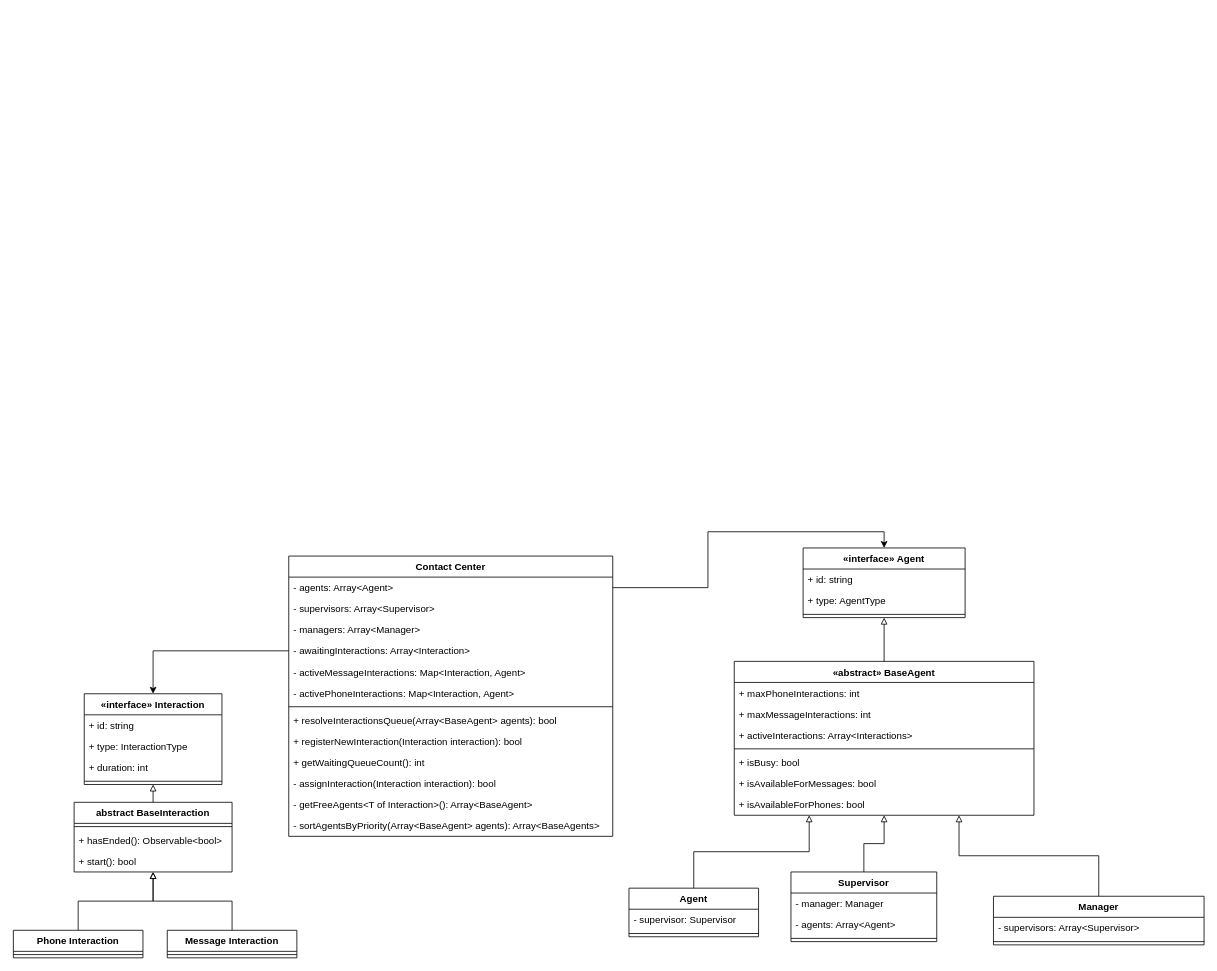
Earlier version of the draw.io diagram page "Classes" (1 of 2) of Vonage-Challenge.drawio (dvelluto/vonage-challenge). Source tidied: cells renumbered, new cells numbered last; positions are measured from the earlier drawing's top-left corner, leaving out a move shared by most shapes. Both pictures are drawn from the tidied source at 81%, with x=0, y=0 at pixel (13, 548).
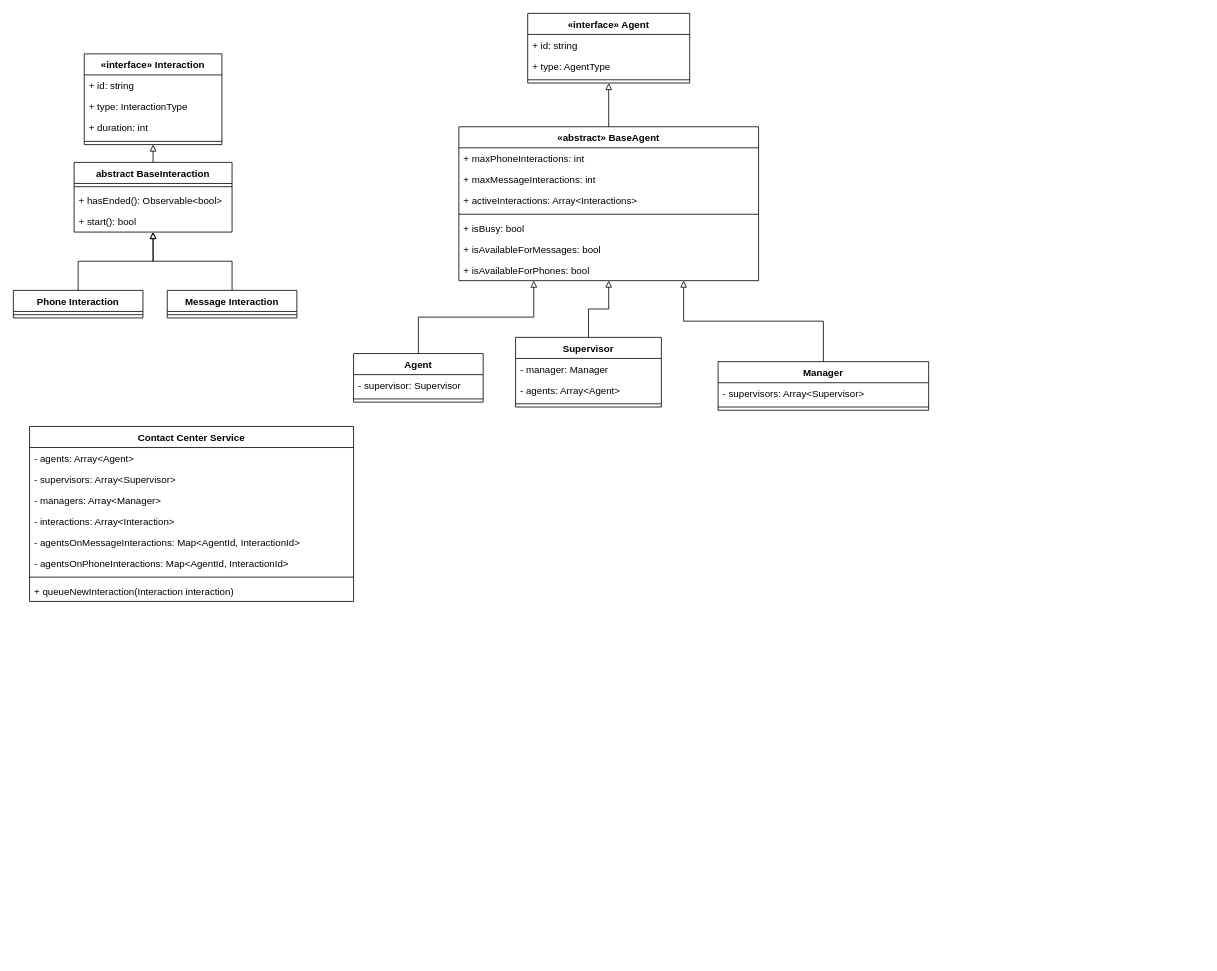
The same page after the edit.

Commit message:
#10 : update diagrams with contact center and flow of operation

Unchanged cells that the change refers to:
```xml
<mxCell id="36" value="- agents: Array&lt;Agent&gt;" style="text;strokeColor=none;fillColor=none;align=left;verticalAlign=top;spacingLeft=4;spacingRight=4;overflow=hidden;points=[[0,0.5],[1,0.5]];portConstraint=eastwest;" parent="35" vertex="1">
  <mxGeometry y="26" width="400" height="26" as="geometry" />
</mxCell>
```

Change to the diagram source:
```diff
@@
     <mxCell id="3" value="Message Interaction" style="swimlane;fontStyle=1;align=center;verticalAlign=top;horizontal=1;startSize=26;" parent="1" vertex="1">
-      <mxGeometry x="190" y="472" width="160" height="34" as="geometry" />
+      <mxGeometry x="190" y="-318" width="160" height="34" as="geometry" />
     </mxCell>
@@
     <mxCell id="6" value="Phone Interaction" style="swimlane;fontStyle=1;align=center;verticalAlign=top;horizontal=1;startSize=26;" parent="1" vertex="1">
-      <mxGeometry y="472" width="160" height="34" as="geometry" />
+      <mxGeometry y="-318" width="160" height="34" as="geometry" />
     </mxCell>
@@
     <mxCell id="8" value="Agent" style="swimlane;fontStyle=1;align=center;verticalAlign=top;horizontal=1;startSize=26;" parent="1" vertex="1">
-      <mxGeometry x="760" y="420" width="160" height="60" as="geometry" />
+      <mxGeometry x="420" y="-240" width="160" height="60" as="geometry" />
     </mxCell>
@@
     <mxCell id="12" value="Supervisor" style="swimlane;fontStyle=1;align=center;verticalAlign=top;horizontal=1;startSize=26;" parent="1" vertex="1">
-      <mxGeometry x="960" y="400" width="180" height="86" as="geometry" />
+      <mxGeometry x="620" y="-260" width="180" height="86" as="geometry" />
     </mxCell>
@@
     <mxCell id="16" value="Manager" style="swimlane;fontStyle=1;align=center;verticalAlign=top;horizontal=1;startSize=26;" parent="1" vertex="1">
-      <mxGeometry x="1210" y="430" width="260" height="60" as="geometry" />
+      <mxGeometry x="870" y="-230" width="260" height="60" as="geometry" />
     </mxCell>
@@
     <mxCell id="21" value="«abstract» BaseAgent" style="swimlane;fontStyle=1;align=center;verticalAlign=top;horizontal=1;startSize=26;" parent="1" vertex="1">
-      <mxGeometry x="890" y="140" width="370" height="190" as="geometry" />
+      <mxGeometry x="550" y="-520" width="370" height="190" as="geometry" />
     </mxCell>
@@
     <mxCell id="30" value="«interface» Interaction" style="swimlane;fontStyle=1;align=center;verticalAlign=top;horizontal=1;startSize=26;" parent="1" vertex="1">
-      <mxGeometry x="87.5" y="180" width="170" height="112" as="geometry" />
+      <mxGeometry x="87.5" y="-610" width="170" height="112" as="geometry" />
     </mxCell>
@@
-    <mxCell id="35" value="Contact Center" style="swimlane;fontStyle=1;align=center;verticalAlign=top;horizontal=1;startSize=26;" parent="1" vertex="1">
-      <mxGeometry x="340" y="10" width="400" height="346" as="geometry" />
+    <mxCell id="35" value="Contact Center Service" style="swimlane;fontStyle=1;align=center;verticalAlign=top;horizontal=1;startSize=26;" parent="1" vertex="1">
+      <mxGeometry x="20" y="-150" width="400" height="216" as="geometry" />
     </mxCell>
@@
-    <mxCell id="39" value="- awaitingInteractions: Array&lt;Interaction&gt;" style="text;strokeColor=none;fillColor=none;align=left;verticalAlign=top;spacingLeft=4;spacingRight=4;overflow=hidden;points=[[0,0.5],[1,0.5]];portConstraint=eastwest;" parent="35" vertex="1">
+    <mxCell id="39" value="- interactions: Array&lt;Interaction&gt;" style="text;strokeColor=none;fillColor=none;align=left;verticalAlign=top;spacingLeft=4;spacingRight=4;overflow=hidden;points=[[0,0.5],[1,0.5]];portConstraint=eastwest;" parent="35" vertex="1">
       <mxGeometry y="104" width="400" height="26" as="geometry" />
     </mxCell>
-    <mxCell id="40" value="- activeMessageInteractions: Map&lt;Interaction, Agent&gt;" style="text;strokeColor=none;fillColor=none;align=left;verticalAlign=top;spacingLeft=4;spacingRight=4;overflow=hidden;" parent="35" vertex="1">
+    <mxCell id="40" value="- agentsOnMessageInteractions: Map&lt;AgentId, InteractionId&gt;" style="text;strokeColor=none;fillColor=none;align=left;verticalAlign=top;spacingLeft=4;spacingRight=4;overflow=hidden;" parent="35" vertex="1">
       <mxGeometry y="130" width="400" height="26" as="geometry" />
     </mxCell>
-    <mxCell id="41" value="- activePhoneInteractions: Map&lt;Interaction, Agent&gt;" style="text;strokeColor=none;fillColor=none;align=left;verticalAlign=top;spacingLeft=4;spacingRight=4;overflow=hidden;" parent="35" vertex="1">
+    <mxCell id="41" value="- agentsOnPhoneInteractions: Map&lt;AgentId, InteractionId&gt;" style="text;strokeColor=none;fillColor=none;align=left;verticalAlign=top;spacingLeft=4;spacingRight=4;overflow=hidden;" parent="35" vertex="1">
       <mxGeometry y="156" width="400" height="26" as="geometry" />
     </mxCell>
@@
-    <mxCell id="43" value="+ resolveInteractionsQueue(Array&lt;BaseAgent&gt; agents): bool" style="text;strokeColor=none;fillColor=none;align=left;verticalAlign=top;spacingLeft=4;spacingRight=4;overflow=hidden;" parent="35" vertex="1">
-      <mxGeometry y="190" width="400" height="26" as="geometry" />
-    </mxCell>
-    <mxCell id="44" value="+ registerNewInteraction(Interaction interaction): bool" style="text;strokeColor=none;fillColor=none;align=left;verticalAlign=top;spacingLeft=4;spacingRight=4;overflow=hidden;" parent="35" vertex="1">
-      <mxGeometry y="216" width="400" height="26" as="geometry" />
-    </mxCell>
-    <mxCell id="45" value="+ getWaitingQueueCount(): int" style="text;strokeColor=none;fillColor=none;align=left;verticalAlign=top;spacingLeft=4;spacingRight=4;overflow=hidden;" parent="35" vertex="1">
-      <mxGeometry y="242" width="400" height="26" as="geometry" />
-    </mxCell>
-    <mxCell id="46" value="- assignInteraction(Interaction interaction): bool" style="text;strokeColor=none;fillColor=none;align=left;verticalAlign=top;spacingLeft=4;spacingRight=4;overflow=hidden;" parent="35" vertex="1">
-      <mxGeometry y="268" width="400" height="26" as="geometry" />
-    </mxCell>
-    <mxCell id="47" value="- getFreeAgents&lt;T of Interaction&gt;(): Array&lt;BaseAgent&gt;" style="text;strokeColor=none;fillColor=none;align=left;verticalAlign=top;spacingLeft=4;spacingRight=4;overflow=hidden;" parent="35" vertex="1">
-      <mxGeometry y="294" width="400" height="26" as="geometry" />
-    </mxCell>
-    <mxCell id="48" value="- sortAgentsByPriority(Array&lt;BaseAgent&gt; agents): Array&lt;BaseAgents&gt;" style="text;strokeColor=none;fillColor=none;align=left;verticalAlign=top;spacingLeft=4;spacingRight=4;overflow=hidden;" parent="35" vertex="1">
-      <mxGeometry y="320" width="400" height="26" as="geometry" />
-    </mxCell>
+    <mxCell id="60" value="+ queueNewInteraction(Interaction interaction)" style="text;strokeColor=none;fillColor=none;align=left;verticalAlign=top;spacingLeft=4;spacingRight=4;overflow=hidden;" parent="35" vertex="1">
+      <mxGeometry y="190" width="400" height="26" as="geometry" />
+    </mxCell>
     <mxCell id="49" value="abstract BaseInteraction" style="swimlane;fontStyle=1;align=center;verticalAlign=top;horizontal=1;startSize=26;" parent="1" vertex="1">
-      <mxGeometry x="75" y="314" width="195" height="86" as="geometry" />
+      <mxGeometry x="75" y="-476" width="195" height="86" as="geometry" />
     </mxCell>
@@
     <mxCell id="54" value="«interface» Agent" style="swimlane;fontStyle=1;align=center;verticalAlign=top;horizontal=1;startSize=26;" parent="1" vertex="1">
-      <mxGeometry x="975" width="200" height="86" as="geometry" />
+      <mxGeometry x="635" y="-660" width="200" height="86" as="geometry" />
     </mxCell>
@@
-    <mxCell id="58" style="edgeStyle=orthogonalEdgeStyle;rounded=0;jettySize=auto;html=1;exitX=0;exitY=0.5;exitDx=0;exitDy=0;entryX=0.5;entryY=0;entryDx=0;entryDy=0;" parent="1" edge="1" source="39" target="30">
-      <mxGeometry relative="1" as="geometry" />
-    </mxCell>
-    <mxCell id="59" style="edgeStyle=orthogonalEdgeStyle;rounded=0;jettySize=auto;html=1;entryX=0.5;entryY=0;entryDx=0;entryDy=0;" parent="1" edge="1" source="36" target="54">
-      <mxGeometry relative="1" as="geometry" />
-    </mxCell>
```
